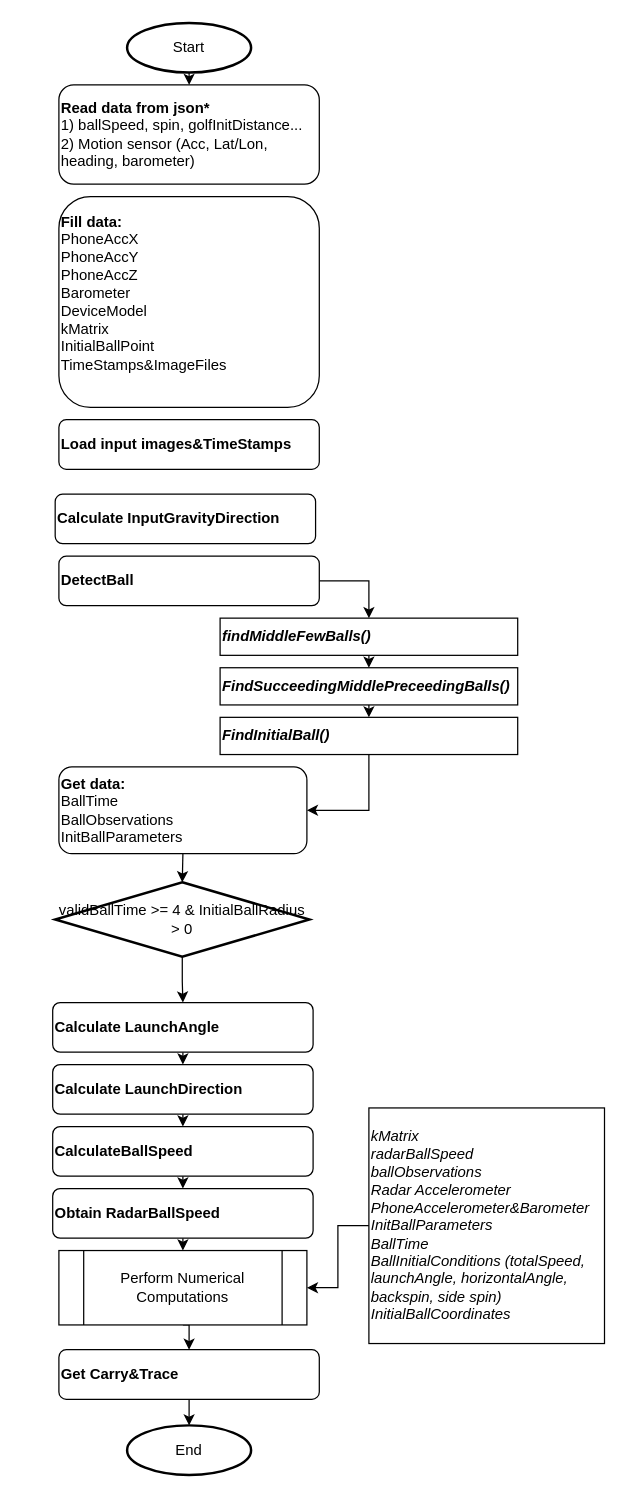
This is GOLF.drawio from Mike335207/work, a draw.io file, before an edit. Source tidied: cells renumbered, new cells numbered last; positions are measured from the earlier drawing's top-left corner, leaving out a move shared by most shapes. Both pictures are drawn from the tidied source at 124%, with x=0, y=0 at pixel (52, 22).
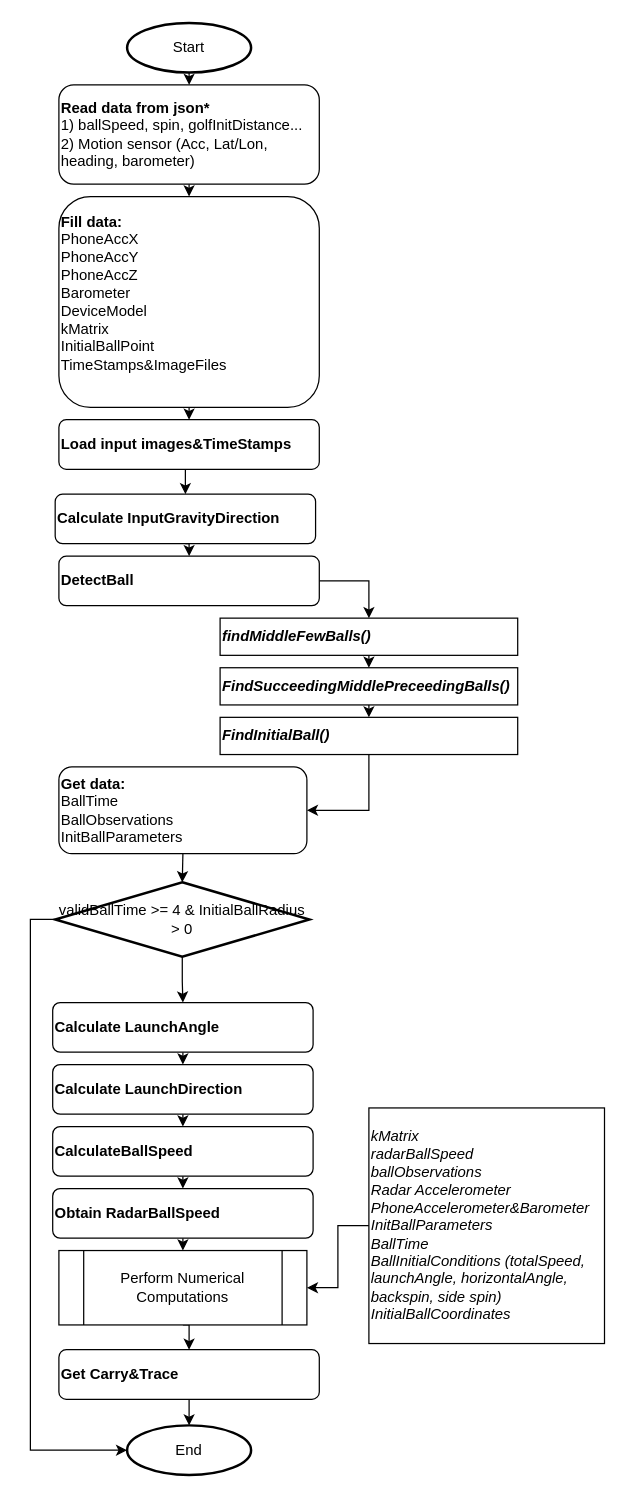
The same diagram, later.

Unchanged cells that the change refers to:
```xml
<mxCell id="4" value="&lt;div&gt;&lt;b&gt;Read data from json*&lt;/b&gt;&lt;/div&gt;&lt;div&gt;1) ballSpeed, spin, golfInitDistance...&lt;/div&gt;&lt;div&gt;2) Motion sensor (Acc, Lat/Lon, heading, barometer)&lt;br&gt;&lt;/div&gt;" style="rounded=1;whiteSpace=wrap;html=1;align=left;" parent="1" vertex="1">
  <mxGeometry x="5" y="50" width="210" height="80" as="geometry" />
</mxCell>
<mxCell id="5" value="&lt;div&gt;&lt;b&gt;Fill data:&lt;/b&gt;&lt;/div&gt;&lt;div&gt;PhoneAccX&lt;/div&gt;&lt;div&gt;PhoneAccY&lt;/div&gt;&lt;div&gt;PhoneAccZ&lt;/div&gt;&lt;div&gt;Barometer&lt;/div&gt;&lt;div&gt;DeviceModel&lt;/div&gt;&lt;div&gt;kMatrix&lt;/div&gt;&lt;div&gt;InitialBallPoint&lt;/div&gt;&lt;div&gt;TimeStamps&amp;amp;ImageFiles&lt;br&gt;&lt;/div&gt;&lt;div&gt;&lt;br&gt;&lt;/div&gt;" style="rounded=1;whiteSpace=wrap;html=1;align=left;" parent="1" vertex="1">
  <mxGeometry x="5" y="140" width="210" height="170" as="geometry" />
</mxCell>
<mxCell id="6" value="Load input images&amp;amp;TimeStamps" style="rounded=1;whiteSpace=wrap;html=1;align=left;fontStyle=1;" parent="1" vertex="1">
  <mxGeometry x="5" y="320" width="210" height="40" as="geometry" />
</mxCell>
<mxCell id="7" value="Calculate InputGravityDirection" style="rounded=1;whiteSpace=wrap;html=1;align=left;fontStyle=1;" parent="1" vertex="1">
  <mxGeometry x="2" y="380" width="210" height="40" as="geometry" />
</mxCell>
<mxCell id="9" value="DetectBall" style="rounded=1;whiteSpace=wrap;html=1;align=left;fontStyle=1;" parent="1" vertex="1">
  <mxGeometry x="5" y="430" width="210" height="40" as="geometry" />
</mxCell>
<mxCell id="19" value="validBallTime &amp;gt;= 4 &amp;amp; InitialBallRadius &amp;gt; 0" style="strokeWidth=2;html=1;shape=mxgraph.flowchart.decision;whiteSpace=wrap;align=center;" parent="1" vertex="1">
  <mxGeometry x="2" y="693" width="205" height="60" as="geometry" />
</mxCell>
<mxCell id="34" value="End" style="strokeWidth=2;html=1;shape=mxgraph.flowchart.start_1;whiteSpace=wrap;" parent="1" vertex="1">
  <mxGeometry x="60" y="1131" width="100" height="40" as="geometry" />
</mxCell>
```

Diff of the diagram source:
```diff
@@
+    <mxCell id="35" style="edgeStyle=orthogonalEdgeStyle;rounded=0;jettySize=auto;html=1;exitX=0.5;exitY=1;exitDx=0;exitDy=0;entryX=0.5;entryY=0;entryDx=0;entryDy=0;" parent="1" edge="1" source="4" target="5">
+      <mxGeometry relative="1" as="geometry" />
+    </mxCell>
@@
+    <mxCell id="36" style="edgeStyle=orthogonalEdgeStyle;rounded=0;jettySize=auto;html=1;exitX=0.5;exitY=1;exitDx=0;exitDy=0;entryX=0.5;entryY=0;entryDx=0;entryDy=0;" parent="1" edge="1" source="5" target="6">
+      <mxGeometry relative="1" as="geometry" />
+    </mxCell>
@@
+    <mxCell id="37" style="edgeStyle=orthogonalEdgeStyle;rounded=0;jettySize=auto;html=1;exitX=0.5;exitY=1;exitDx=0;exitDy=0;entryX=0.5;entryY=0;entryDx=0;entryDy=0;" parent="1" edge="1" source="6" target="7">
+      <mxGeometry relative="1" as="geometry" />
+    </mxCell>
@@
+    <mxCell id="38" style="edgeStyle=orthogonalEdgeStyle;rounded=0;jettySize=auto;html=1;exitX=0.5;exitY=1;exitDx=0;exitDy=0;entryX=0.5;entryY=0;entryDx=0;entryDy=0;" parent="1" edge="1" source="7" target="9">
+      <mxGeometry relative="1" as="geometry" />
+    </mxCell>
@@
+    <mxCell id="39" style="edgeStyle=orthogonalEdgeStyle;rounded=0;jettySize=auto;html=1;exitX=0;exitY=0.5;exitDx=0;exitDy=0;exitPerimeter=0;entryX=0;entryY=0.5;entryDx=0;entryDy=0;entryPerimeter=0;" parent="1" edge="1" source="19" target="34">
+      <mxGeometry relative="1" as="geometry" />
+    </mxCell>
```
